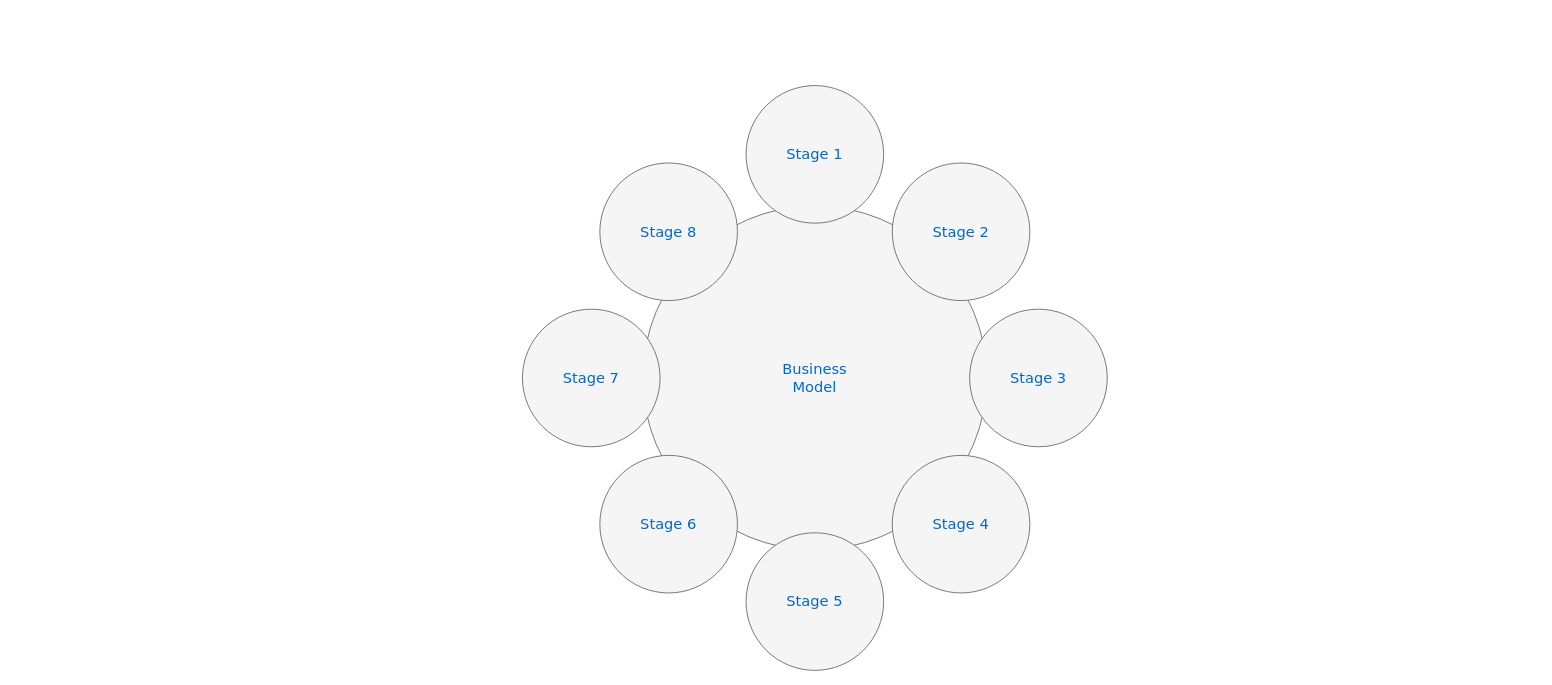
This is Diagrama sin título.drawio from manuelaag99/DRAWioFILES, a draw.io file, before an edit. Source tidied: cells renumbered, new cells numbered last; positions are measured from the earlier drawing's top-left corner, leaving out a move shared by most shapes. Both pictures are drawn from the tidied source at 86%, with x=0, y=0 at pixel (522, 85).
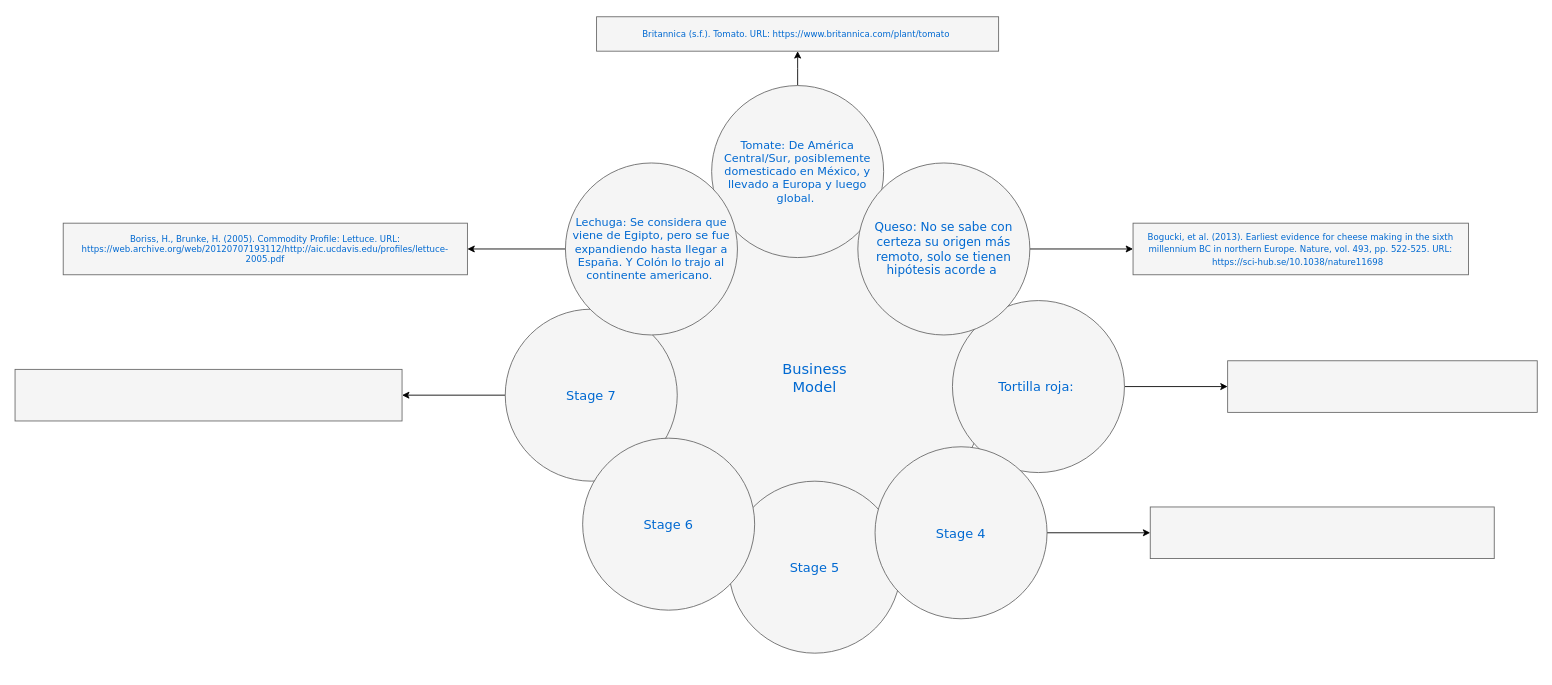
The same page after the edit.

The edit, as a diff of the source:
```diff
@@
+    <mxCell id="11" style="edgeStyle=orthogonalEdgeStyle;rounded=0;jettySize=auto;html=1;fontSize=15;" parent="1" edge="1" source="3" target="17">
+      <mxGeometry relative="1" as="geometry" />
+    </mxCell>
-    <mxCell id="3" value="Stage 1" style="ellipse;whiteSpace=wrap;html=1;rounded=0;shadow=0;dashed=0;comic=0;fontFamily=Verdana;fontSize=17;fontColor=#0069D1;fillColor=#f5f5f5;strokeColor=#666666;" parent="1" vertex="1">
-      <mxGeometry x="260" width="160" height="160" as="geometry" />
+    <mxCell id="3" value="Tomate: De América Central/Sur, posiblemente domesticado en México, y llevado a Europa y luego global.&amp;nbsp;" style="ellipse;whiteSpace=wrap;html=1;rounded=0;shadow=0;dashed=0;comic=0;fontFamily=Verdana;fontSize=13;fontColor=#0069D1;fillColor=#f5f5f5;strokeColor=#666666;" parent="1" vertex="1">
+      <mxGeometry x="220" width="200" height="200" as="geometry" />
     </mxCell>
-    <mxCell id="4" value="Stage 5" style="ellipse;whiteSpace=wrap;html=1;rounded=0;shadow=0;dashed=0;comic=0;fontFamily=Verdana;fontSize=17;fontColor=#0069D1;fillColor=#f5f5f5;strokeColor=#666666;" parent="1" vertex="1">
-      <mxGeometry x="260" y="520" width="160" height="160" as="geometry" />
+    <mxCell id="4" value="Stage 5" style="ellipse;whiteSpace=wrap;html=1;rounded=0;shadow=0;dashed=0;comic=0;fontFamily=Verdana;fontSize=15;fontColor=#0069D1;fillColor=#f5f5f5;strokeColor=#666666;" parent="1" vertex="1">
+      <mxGeometry x="240" y="460" width="200" height="200" as="geometry" />
     </mxCell>
+    <mxCell id="12" style="edgeStyle=orthogonalEdgeStyle;rounded=0;jettySize=auto;html=1;fontSize=11;" parent="1" edge="1" source="5" target="20">
+      <mxGeometry relative="1" as="geometry" />
+    </mxCell>
-    <mxCell id="5" value="Stage 3" style="ellipse;whiteSpace=wrap;html=1;rounded=0;shadow=0;dashed=0;comic=0;fontFamily=Verdana;fontSize=17;fontColor=#0069D1;fillColor=#f5f5f5;strokeColor=#666666;" parent="1" vertex="1">
-      <mxGeometry x="520" y="260" width="160" height="160" as="geometry" />
+    <mxCell id="5" value="Tortilla roja:&amp;nbsp;" style="ellipse;whiteSpace=wrap;html=1;rounded=0;shadow=0;dashed=0;comic=0;fontFamily=Verdana;fontSize=15;fontColor=#0069D1;fillColor=#f5f5f5;strokeColor=#666666;" parent="1" vertex="1">
+      <mxGeometry x="500" y="250" width="200" height="200" as="geometry" />
     </mxCell>
+    <mxCell id="13" style="edgeStyle=orthogonalEdgeStyle;rounded=0;jettySize=auto;html=1;fontSize=11;" parent="1" edge="1" source="6" target="22">
+      <mxGeometry relative="1" as="geometry" />
+    </mxCell>
-    <mxCell id="6" value="Stage 7" style="ellipse;whiteSpace=wrap;html=1;rounded=0;shadow=0;dashed=0;comic=0;fontFamily=Verdana;fontSize=17;fontColor=#0069D1;fillColor=#f5f5f5;strokeColor=#666666;" parent="1" vertex="1">
-      <mxGeometry y="260" width="160" height="160" as="geometry" />
+    <mxCell id="6" value="Stage 7" style="ellipse;whiteSpace=wrap;html=1;rounded=0;shadow=0;dashed=0;comic=0;fontFamily=Verdana;fontSize=15;fontColor=#0069D1;fillColor=#f5f5f5;strokeColor=#666666;" parent="1" vertex="1">
+      <mxGeometry x="-20" y="260" width="200" height="200" as="geometry" />
     </mxCell>
+    <mxCell id="14" style="edgeStyle=orthogonalEdgeStyle;rounded=0;jettySize=auto;html=1;fontSize=11;" parent="1" edge="1" source="7" target="18">
+      <mxGeometry relative="1" as="geometry" />
+    </mxCell>
-    <mxCell id="7" value="Stage 8" style="ellipse;whiteSpace=wrap;html=1;rounded=0;shadow=0;dashed=0;comic=0;fontFamily=Verdana;fontSize=17;fontColor=#0069D1;fillColor=#f5f5f5;strokeColor=#666666;" parent="1" vertex="1">
-      <mxGeometry x="90" y="90" width="160" height="160" as="geometry" />
+    <mxCell id="7" value="Lechuga:&amp;nbsp;Se considera que viene de Egipto, pero se fue expandiendo hasta llegar a España. Y Colón lo trajo al continente americano.&amp;nbsp;" style="ellipse;whiteSpace=wrap;html=1;rounded=0;shadow=0;dashed=0;comic=0;fontFamily=Verdana;fontSize=13;fontColor=#0069D1;fillColor=#f5f5f5;strokeColor=#666666;" parent="1" vertex="1">
+      <mxGeometry x="50" y="90" width="200" height="200" as="geometry" />
     </mxCell>
+    <mxCell id="15" style="edgeStyle=orthogonalEdgeStyle;rounded=0;jettySize=auto;html=1;fontSize=13;" parent="1" edge="1" source="8" target="19">
+      <mxGeometry relative="1" as="geometry" />
+    </mxCell>
-    <mxCell id="8" value="Stage 2" style="ellipse;whiteSpace=wrap;html=1;rounded=0;shadow=0;dashed=0;comic=0;fontFamily=Verdana;fontSize=17;fontColor=#0069D1;fillColor=#f5f5f5;strokeColor=#666666;" parent="1" vertex="1">
-      <mxGeometry x="430" y="90" width="160" height="160" as="geometry" />
+    <mxCell id="8" value="Queso: No se sabe con certeza su origen más remoto, solo se tienen hipótesis acorde a&amp;nbsp;" style="ellipse;whiteSpace=wrap;html=1;rounded=0;shadow=0;dashed=0;comic=0;fontFamily=Verdana;fontSize=14;fontColor=#0069D1;fillColor=#f5f5f5;strokeColor=#666666;" parent="1" vertex="1">
+      <mxGeometry x="390" y="90" width="200" height="200" as="geometry" />
     </mxCell>
+    <mxCell id="16" style="edgeStyle=orthogonalEdgeStyle;rounded=0;jettySize=auto;html=1;fontSize=11;" parent="1" edge="1" source="9" target="21">
+      <mxGeometry relative="1" as="geometry" />
+    </mxCell>
-    <mxCell id="9" value="Stage 4" style="ellipse;whiteSpace=wrap;html=1;rounded=0;shadow=0;dashed=0;comic=0;fontFamily=Verdana;fontSize=17;fontColor=#0069D1;fillColor=#f5f5f5;strokeColor=#666666;" parent="1" vertex="1">
-      <mxGeometry x="430" y="430" width="160" height="160" as="geometry" />
+    <mxCell id="9" value="Stage 4" style="ellipse;whiteSpace=wrap;html=1;rounded=0;shadow=0;dashed=0;comic=0;fontFamily=Verdana;fontSize=15;fontColor=#0069D1;fillColor=#f5f5f5;strokeColor=#666666;" parent="1" vertex="1">
+      <mxGeometry x="410" y="420" width="200" height="200" as="geometry" />
     </mxCell>
-    <mxCell id="10" value="Stage 6" style="ellipse;whiteSpace=wrap;html=1;rounded=0;shadow=0;dashed=0;comic=0;fontFamily=Verdana;fontSize=17;fontColor=#0069D1;fillColor=#f5f5f5;strokeColor=#666666;" parent="1" vertex="1">
-      <mxGeometry x="90" y="430" width="160" height="160" as="geometry" />
+    <mxCell id="10" value="Stage 6" style="ellipse;whiteSpace=wrap;html=1;rounded=0;shadow=0;dashed=0;comic=0;fontFamily=Verdana;fontSize=15;fontColor=#0069D1;fillColor=#f5f5f5;strokeColor=#666666;" parent="1" vertex="1">
+      <mxGeometry x="70" y="410" width="200" height="200" as="geometry" />
     </mxCell>
+    <mxCell id="17" value="&lt;p style=&quot;line-height: 90%;&quot;&gt;&lt;font style=&quot;font-size: 10px;&quot;&gt;Britannica (s.f.). Tomato.&amp;nbsp;URL:&amp;nbsp;https://www.britannica.com/plant/tomato&amp;nbsp;&lt;/font&gt;&lt;/p&gt;" style="whiteSpace=wrap;html=1;fontSize=15;fontFamily=Verdana;fillColor=#f5f5f5;strokeColor=#666666;fontColor=#0069D1;rounded=0;shadow=0;dashed=0;comic=0;verticalAlign=middle;" parent="1" vertex="1">
+      <mxGeometry x="86.2" y="-80" width="467.5" height="40" as="geometry" />
+    </mxCell>
+    <mxCell id="18" value="Boriss, H., Brunke, H. (2005). Commodity Profile: Lettuce. URL: https://web.archive.org/web/20120707193112/http://aic.ucdavis.edu/profiles/lettuce-2005.pdf" style="whiteSpace=wrap;html=1;fontSize=10;fontFamily=Verdana;fillColor=#f5f5f5;strokeColor=#666666;fontColor=#0069D1;rounded=0;shadow=0;dashed=0;comic=0;" parent="1" vertex="1">
+      <mxGeometry x="-534" y="160" width="470" height="60" as="geometry" />
+    </mxCell>
+    <mxCell id="19" value="&lt;p style=&quot;line-height: 90%;&quot;&gt;&lt;font style=&quot;font-size: 10px;&quot;&gt;Bogucki, et al. (2013). Earliest evidence for cheese making in the sixth millennium BC in northern Europe. Nature, vol. 493, pp. 522-525. URL: https://sci-hub.se/10.1038/nature11698&amp;nbsp;&amp;nbsp;&lt;/font&gt;&lt;/p&gt;" style="whiteSpace=wrap;html=1;fontSize=14;fontFamily=Verdana;fillColor=#f5f5f5;strokeColor=#666666;fontColor=#0069D1;rounded=0;shadow=0;dashed=0;comic=0;" parent="1" vertex="1">
+      <mxGeometry x="710" y="160" width="390" height="60" as="geometry" />
+    </mxCell>
+    <mxCell id="20" style="whiteSpace=wrap;html=1;fontSize=15;fontFamily=Verdana;fillColor=#f5f5f5;strokeColor=#666666;fontColor=#0069D1;rounded=0;shadow=0;dashed=0;comic=0;" parent="1" vertex="1">
+      <mxGeometry x="820" y="320" width="360" height="60" as="geometry" />
+    </mxCell>
+    <mxCell id="21" style="whiteSpace=wrap;html=1;fontSize=15;fontFamily=Verdana;fillColor=#f5f5f5;strokeColor=#666666;fontColor=#0069D1;rounded=0;shadow=0;dashed=0;comic=0;" parent="1" vertex="1">
+      <mxGeometry x="730" y="490" width="400" height="60" as="geometry" />
+    </mxCell>
+    <mxCell id="22" style="whiteSpace=wrap;html=1;fontSize=15;fontFamily=Verdana;fillColor=#f5f5f5;strokeColor=#666666;fontColor=#0069D1;rounded=0;shadow=0;dashed=0;comic=0;" parent="1" vertex="1">
+      <mxGeometry x="-590" y="330" width="450" height="60" as="geometry" />
+    </mxCell>
```
